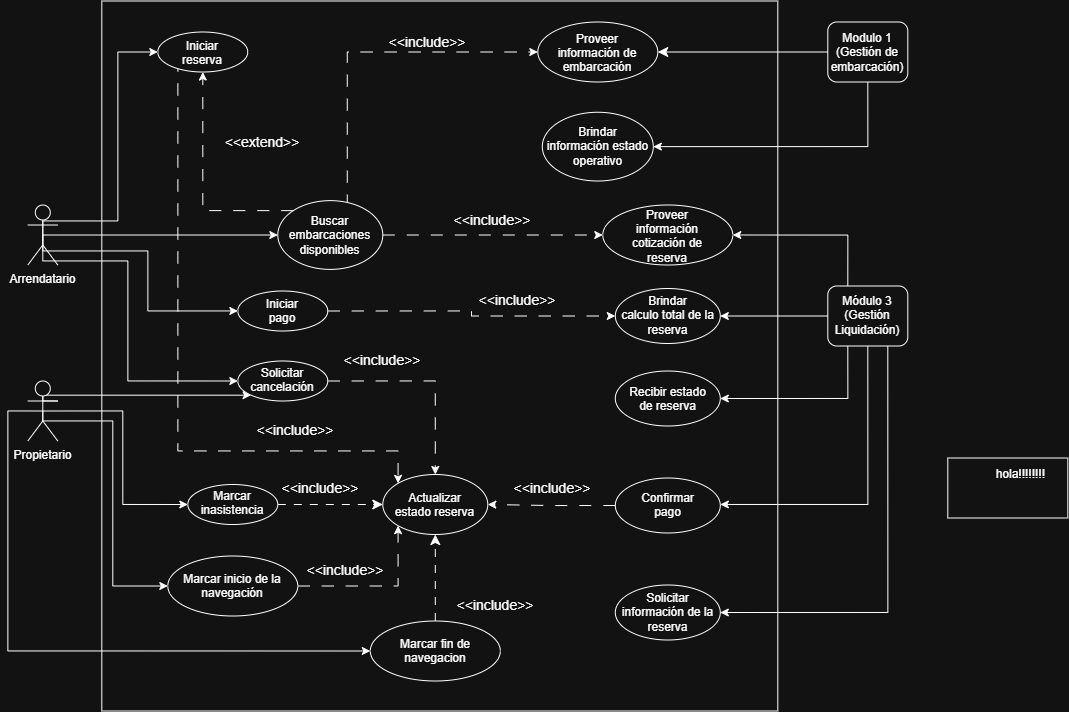
Before: Documentación/Sea-Share module-Modulo 2.drawio.png, a diagram exported from draw.io (Alyson2105/SeaShare-modulo-2). Source tidied: cells renumbered, new cells last; positions are measured from the earlier drawing's top-left corner, leaving out a move shared by most shapes.
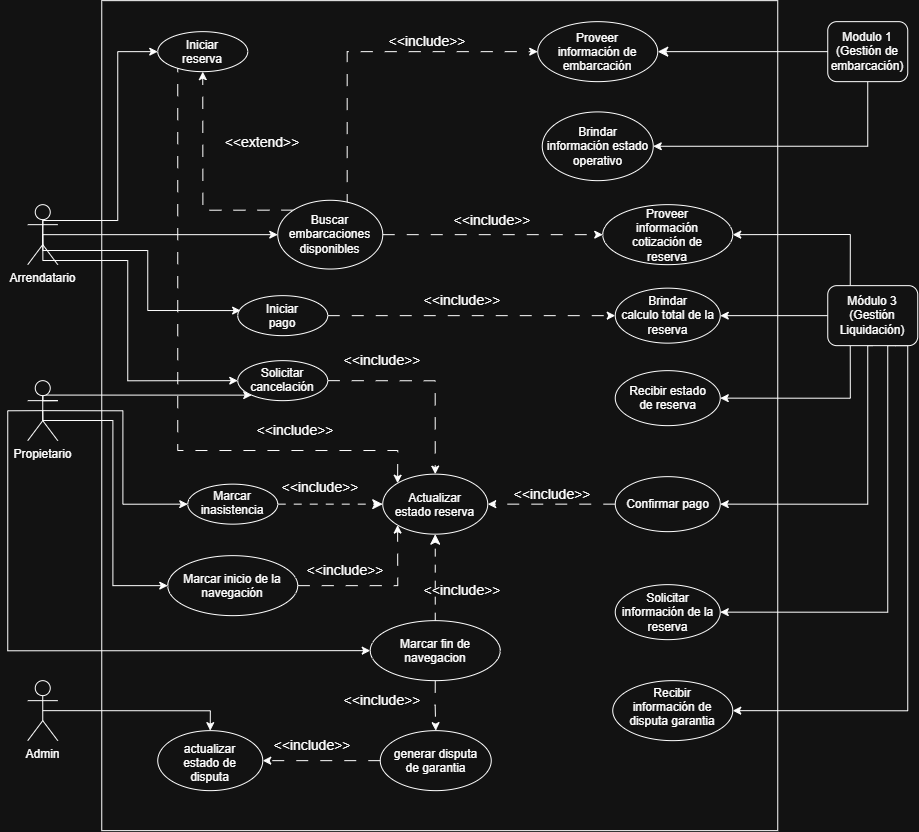
After the commit.

Commit message:
Actualización de diagrama de caso de usos

The edit, as a diff of the source:
```diff
@@ -3,7 +3,7 @@
     <mxCell id="0" />
     <mxCell id="1" parent="0" />
     <mxCell id="2" style="rounded=0;whiteSpace=wrap;html=1;" parent="1" vertex="1">
-      <mxGeometry x="94" width="676" height="710" as="geometry" />
+      <mxGeometry x="94" width="676" height="830" as="geometry" />
     </mxCell>
     <mxCell id="3" style="edgeStyle=orthogonalEdgeStyle;rounded=0;jettySize=auto;html=1;exitX=0.5;exitY=0.5;exitDx=0;exitDy=0;exitPerimeter=0;entryX=0;entryY=0.5;entryDx=0;entryDy=0;" parent="1" edge="1" source="7" target="18">
       <mxGeometry relative="1" as="geometry" />
@@ -45,12 +45,12 @@
         </Array>
       </mxGeometry>
     </mxCell>
-    <mxCell id="9" style="edgeStyle=orthogonalEdgeStyle;rounded=0;jettySize=auto;html=1;exitX=0.5;exitY=0.5;exitDx=0;exitDy=0;exitPerimeter=0;entryX=0;entryY=0.5;entryDx=0;entryDy=0;" parent="1" edge="1" source="12" target="22">
+    <mxCell id="9" style="edgeStyle=orthogonalEdgeStyle;rounded=0;jettySize=auto;html=1;exitX=0.5;exitY=0.5;exitDx=0;exitDy=0;exitPerimeter=0;entryX=0.032;entryY=0.373;entryDx=0;entryDy=0;entryPerimeter=0;" parent="1" edge="1" source="12" target="22">
       <mxGeometry relative="1" as="geometry">
         <Array as="points">
+          <mxPoint x="35" y="249.9" />
           <mxPoint x="140.1" y="249.9" />
           <mxPoint x="140.1" y="309.9" />
-          <mxPoint x="230.1" y="309.9" />
         </Array>
       </mxGeometry>
     </mxCell>
@@ -103,10 +103,10 @@
       <mxGeometry relative="1" as="geometry" />
     </mxCell>
     <mxCell id="22" value="Iniciar pago" style="ellipse;whiteSpace=wrap;html=1;shapeInside=1;" parent="1" vertex="1">
-      <mxGeometry x="230" y="290" width="90" height="40" as="geometry" />
+      <mxGeometry x="230" y="295" width="90" height="40" as="geometry" />
     </mxCell>
     <mxCell id="23" value="&amp;lt;&amp;lt;include&amp;gt;&amp;gt;" style="text;html=1;whiteSpace=wrap;strokeColor=none;fillColor=none;align=center;verticalAlign=middle;rounded=0;fontSize=14;rotation=0;" parent="1" vertex="1">
-      <mxGeometry x="484.5" y="290" width="50" height="20" as="geometry" />
+      <mxGeometry x="430" y="290" width="50" height="20" as="geometry" />
     </mxCell>
     <mxCell id="24" style="edgeStyle=orthogonalEdgeStyle;rounded=0;jettySize=auto;html=1;exitX=0.5;exitY=1;exitDx=0;exitDy=0;entryX=1;entryY=0.5;entryDx=0;entryDy=0;" parent="1" edge="1" source="25" target="41">
       <mxGeometry relative="1" as="geometry" />
@@ -127,7 +127,12 @@
       <mxGeometry x="288" y="477" width="50" height="20" as="geometry" />
     </mxCell>
     <mxCell id="30" style="edgeStyle=orthogonalEdgeStyle;rounded=0;jettySize=auto;html=1;exitX=0.75;exitY=1;exitDx=0;exitDy=0;entryX=1;entryY=0.5;entryDx=0;entryDy=0;" parent="1" edge="1" source="35" target="40">
-      <mxGeometry relative="1" as="geometry" />
+      <mxGeometry relative="1" as="geometry">
+        <Array as="points">
+          <mxPoint x="880" y="345" />
+          <mxPoint x="880" y="611.5" />
+        </Array>
+      </mxGeometry>
     </mxCell>
     <mxCell id="31" style="edgeStyle=orthogonalEdgeStyle;rounded=0;jettySize=auto;html=1;exitX=0.5;exitY=1;exitDx=0;exitDy=0;entryX=1;entryY=0.5;entryDx=0;entryDy=0;" parent="1" edge="1" source="35" target="38">
       <mxGeometry relative="1" as="geometry">
@@ -145,8 +150,16 @@
     <mxCell id="34" style="edgeStyle=orthogonalEdgeStyle;rounded=0;jettySize=auto;html=1;exitX=0.25;exitY=1;exitDx=0;exitDy=0;entryX=1;entryY=0.5;entryDx=0;entryDy=0;" parent="1" edge="1" source="35" target="39">
       <mxGeometry relative="1" as="geometry" />
     </mxCell>
+    <mxCell id="59" style="edgeStyle=orthogonalEdgeStyle;rounded=0;jettySize=auto;html=1;exitX=0.75;exitY=1;exitDx=0;exitDy=0;entryX=1;entryY=0.5;entryDx=0;entryDy=0;" parent="1" edge="1" source="35" target="70">
+      <mxGeometry relative="1" as="geometry">
+        <Array as="points">
+          <mxPoint x="900" y="345" />
+          <mxPoint x="900" y="710.1" />
+        </Array>
+      </mxGeometry>
+    </mxCell>
     <mxCell id="35" value="Módulo 3&lt;div&gt;(Gestión Liquidación)&lt;/div&gt;" style="rounded=1;whiteSpace=wrap;html=1;" parent="1" vertex="1">
-      <mxGeometry x="820" y="285" width="80" height="60" as="geometry" />
+      <mxGeometry x="820" y="285" width="90" height="60" as="geometry" />
     </mxCell>
     <mxCell id="36" value="Proveer información cotización de reserva" style="ellipse;whiteSpace=wrap;html=1;shapeInside=1;" parent="1" vertex="1">
       <mxGeometry x="595" y="204" width="130" height="60" as="geometry" />
@@ -155,8 +168,17 @@
       <mxGeometry relative="1" as="geometry" />
     </mxCell>
     <mxCell id="38" value="&lt;div&gt;Confirmar pago&lt;/div&gt;" style="ellipse;whiteSpace=wrap;html=1;shapeInside=1;" parent="1" vertex="1">
-      <mxGeometry x="607.5" y="477" width="105" height="55" as="geometry" />
+      <mxGeometry x="607.5" y="476" width="105" height="55" as="geometry" />
     </mxCell>
+    <mxCell id="60" style="group;" parent="1" vertex="1">
+      <mxGeometry x="362.5" y="700" width="121" height="90" as="geometry" />
+    </mxCell>
+    <mxCell id="61" value="generar disputa de garantia" style="ellipse;whiteSpace=wrap;html=1;shapeInside=1;" parent="60" vertex="1">
+      <mxGeometry x="10" y="30" width="111" height="60" as="geometry" />
+    </mxCell>
+    <mxCell id="62" value="&amp;lt;&amp;lt;include&amp;gt;&amp;gt;" style="text;html=1;whiteSpace=wrap;strokeColor=none;fillColor=none;align=center;verticalAlign=middle;rounded=0;fontSize=14;rotation=0;" parent="60" vertex="1">
+      <mxGeometry x="-12.5" y="-10" width="50" height="20" as="geometry" />
+    </mxCell>
     <mxCell id="39" value="Recibir estado de reserva" style="ellipse;whiteSpace=wrap;html=1;shapeInside=1;" parent="1" vertex="1">
       <mxGeometry x="607.5" y="370" width="105" height="55" as="geometry" />
     </mxCell>
@@ -172,6 +194,9 @@
     <mxCell id="43" value="Marcar inicio de la navegación" style="ellipse;whiteSpace=wrap;html=1;shapeInside=1;" parent="1" vertex="1">
       <mxGeometry x="160" y="555" width="130" height="60" as="geometry" />
     </mxCell>
+    <mxCell id="63" style="edgeStyle=orthogonalEdgeStyle;rounded=0;jettySize=auto;html=1;exitX=0.5;exitY=1;exitDx=0;exitDy=0;entryX=0.5;entryY=0;entryDx=0;entryDy=0;dashed=1;dashPattern=12 12;" parent="1" edge="1" source="44" target="61">
+      <mxGeometry relative="1" as="geometry" />
+    </mxCell>
     <mxCell id="44" value="Marcar fin de navegacion" style="ellipse;whiteSpace=wrap;html=1;shapeInside=1;" parent="1" vertex="1">
       <mxGeometry x="362.5" y="620" width="130" height="60" as="geometry" />
     </mxCell>
@@ -179,7 +204,7 @@
       <mxGeometry relative="1" as="geometry" />
     </mxCell>
     <mxCell id="46" value="&amp;lt;&amp;lt;include&amp;gt;&amp;gt;" style="text;html=1;whiteSpace=wrap;strokeColor=none;fillColor=none;align=center;verticalAlign=middle;rounded=0;fontSize=14;rotation=0;" parent="1" vertex="1">
-      <mxGeometry x="462.5" y="595" width="50" height="20" as="geometry" />
+      <mxGeometry x="430" y="580" width="50" height="20" as="geometry" />
     </mxCell>
     <mxCell id="47" value="&amp;lt;&amp;lt;include&amp;gt;&amp;gt;" style="text;html=1;whiteSpace=wrap;strokeColor=none;fillColor=none;align=center;verticalAlign=middle;rounded=0;fontSize=14;rotation=0;" parent="1" vertex="1">
       <mxGeometry x="312.5" y="560" width="50" height="20" as="geometry" />
@@ -219,11 +244,29 @@
     <mxCell id="56" value="&amp;lt;&amp;lt;include&amp;gt;&amp;gt;" style="text;html=1;whiteSpace=wrap;strokeColor=none;fillColor=none;align=center;verticalAlign=middle;rounded=0;fontSize=14;rotation=0;" parent="1" vertex="1">
       <mxGeometry x="262.5" y="420" width="50" height="20" as="geometry" />
     </mxCell>
-    <mxCell id="57" value="&lt;span style=&quot;white-space: pre;&quot;&gt;&#9;&lt;/span&gt;hola!!!!!!!!&lt;div&gt;&lt;br&gt;&lt;/div&gt;&lt;div&gt;&lt;br&gt;&lt;/div&gt;" style="rounded=0;whiteSpace=wrap;html=1;" parent="1" vertex="1">
-      <mxGeometry x="940" y="457" width="120" height="60" as="geometry" />
-    </mxCell>
-    <mxCell id="58" value="&amp;lt;&amp;lt;include&amp;gt;&amp;gt;" style="text;html=1;whiteSpace=wrap;strokeColor=none;fillColor=none;align=center;verticalAlign=middle;rounded=0;fontSize=14;rotation=0;" parent="1" vertex="1">
-      <mxGeometry x="520" y="477" width="50" height="20" as="geometry" />
-    </mxCell>
+    <mxCell id="64" value="actualizar estado de disputa" style="ellipse;whiteSpace=wrap;html=1;shapeInside=1;" parent="1" vertex="1">
+      <mxGeometry x="150" y="730" width="105" height="60" as="geometry" />
+    </mxCell>
+    <mxCell id="65" value="&amp;lt;&amp;lt;include&amp;gt;&amp;gt;" style="text;html=1;whiteSpace=wrap;strokeColor=none;fillColor=none;align=center;verticalAlign=middle;rounded=0;fontSize=14;rotation=0;" parent="1" vertex="1">
+      <mxGeometry x="520" y="483.5" width="50" height="20" as="geometry" />
+    </mxCell>
+    <mxCell id="66" style="edgeStyle=orthogonalEdgeStyle;rounded=0;jettySize=auto;html=1;exitX=0.5;exitY=0.5;exitDx=0;exitDy=0;exitPerimeter=0;entryX=0.5;entryY=0;entryDx=0;entryDy=0;" parent="1" edge="1" source="67" target="64">
+      <mxGeometry relative="1" as="geometry" />
+    </mxCell>
+    <mxCell id="67" value="Admin" style="shape=umlActor;verticalLabelPosition=bottom;verticalAlign=top;html=1;outlineConnect=0;" parent="1" vertex="1">
+      <mxGeometry x="20" y="680" width="30" height="60" as="geometry" />
+    </mxCell>
+    <mxCell id="68" value="&amp;lt;&amp;lt;include&amp;gt;&amp;gt;" style="text;html=1;whiteSpace=wrap;strokeColor=none;fillColor=none;align=center;verticalAlign=middle;rounded=0;fontSize=14;rotation=0;" parent="1" vertex="1">
+      <mxGeometry x="280" y="735" width="50" height="20" as="geometry" />
+    </mxCell>
+    <mxCell id="69" style="group;" parent="1" vertex="1">
+      <mxGeometry x="595" y="650" width="130" height="90" as="geometry" />
+    </mxCell>
+    <mxCell id="70" value="&lt;div&gt;Recibir información de disputa garantia&lt;/div&gt;" style="ellipse;whiteSpace=wrap;html=1;shapeInside=1;" parent="69" vertex="1">
+      <mxGeometry x="10" y="30" width="120" height="60" as="geometry" />
+    </mxCell>
+    <mxCell id="71" style="edgeStyle=orthogonalEdgeStyle;rounded=0;jettySize=auto;html=1;exitX=0;exitY=0.5;exitDx=0;exitDy=0;entryX=1;entryY=0.5;entryDx=0;entryDy=0;dashed=1;dashPattern=12 12;" parent="1" edge="1" source="61" target="64">
+      <mxGeometry relative="1" as="geometry" />
+    </mxCell>
   </root>
 </mxGraphModel>
```
